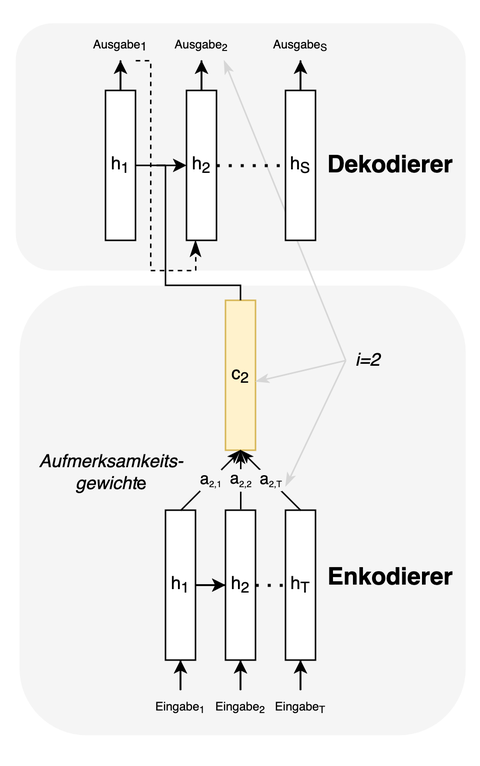
This is assets/img/attention_seq.png from omseeth/omseeth.github.io, a draw.io export, as it was before one commit. Source tidied: cells renumbered, new cells last; positions are measured from the earlier drawing's top-left corner, leaving out a move shared by most shapes.
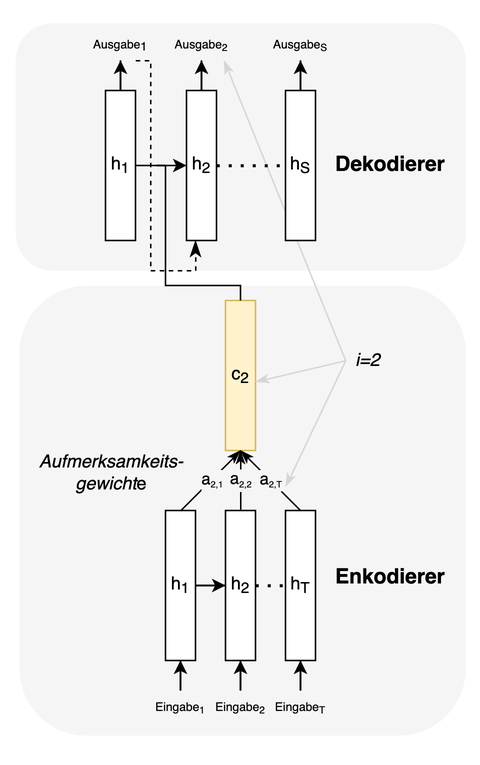
After the change.

Commit message:
attention illustration added

What changed in the source:
```diff
@@ -139,10 +139,10 @@
         </Array>
       </mxGeometry>
     </mxCell>
-    <mxCell id="40" value="&lt;font style=&quot;font-size: 16px;&quot;&gt;&lt;b&gt;Enkodierer&lt;/b&gt;&lt;/font&gt;" style="text;html=1;align=center;verticalAlign=middle;whiteSpace=wrap;rounded=0;" parent="1" vertex="1">
+    <mxCell id="40" value="&lt;font size=&quot;1&quot;&gt;&lt;b style=&quot;font-size: 14px;&quot;&gt;Enkodierer&lt;/b&gt;&lt;/font&gt;" style="text;html=1;align=center;verticalAlign=middle;whiteSpace=wrap;rounded=0;" parent="1" vertex="1">
       <mxGeometry x="230" y="370" width="60" height="30" as="geometry" />
     </mxCell>
-    <mxCell id="41" value="&lt;font size=&quot;1&quot;&gt;&lt;b style=&quot;font-size: 16px;&quot;&gt;Dekodierer&lt;/b&gt;&lt;/font&gt;" style="text;html=1;align=center;verticalAlign=middle;whiteSpace=wrap;rounded=0;" parent="1" vertex="1">
+    <mxCell id="41" value="&lt;font size=&quot;1&quot;&gt;&lt;b style=&quot;font-size: 14px;&quot;&gt;Dekodierer&lt;/b&gt;&lt;/font&gt;" style="text;html=1;align=center;verticalAlign=middle;whiteSpace=wrap;rounded=0;" parent="1" vertex="1">
       <mxGeometry x="230" y="95" width="60" height="30" as="geometry" />
     </mxCell>
     <mxCell id="42" style="endArrow=none;dashed=1;html=1;dashPattern=1 3;strokeWidth=2;rounded=0;entryX=0;entryY=0.5;entryDx=0;entryDy=0;" parent="1" edge="1" target="33">
```
